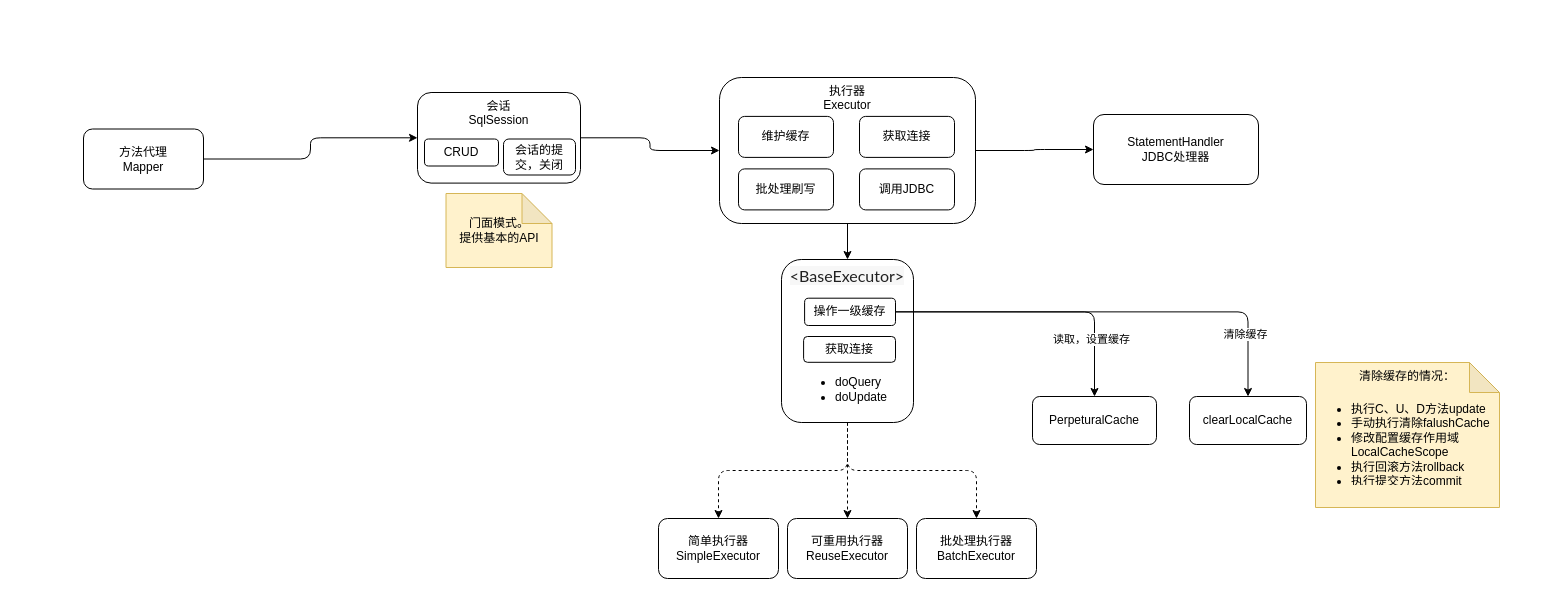
The draw.io diagram Mybatis.drawio in Kay-dev/learn, before the edit. Source tidied: cells renumbered, new cells numbered last; positions are measured from the earlier drawing's top-left corner, leaving out a move shared by most shapes. Both pictures are drawn from the tidied source at 100%, with x=0, y=0 at pixel (83, 77).
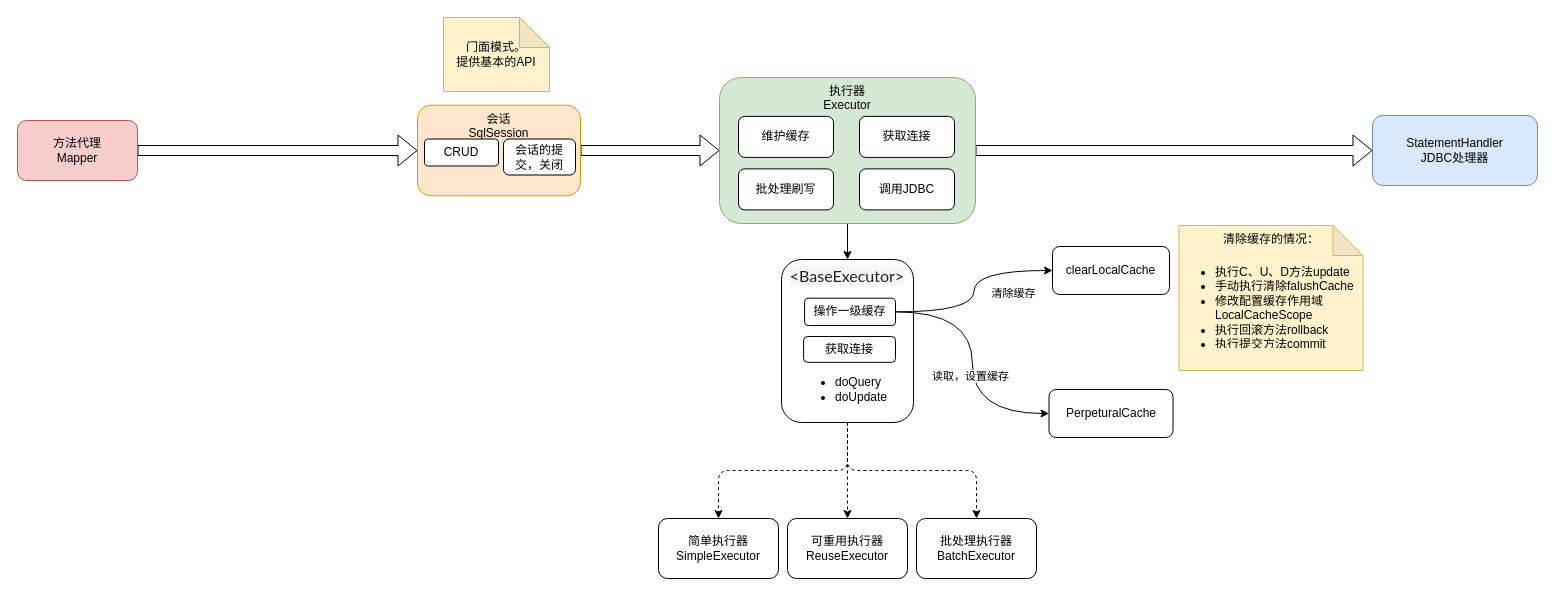
The same diagram, later.

The change refers to these unchanged cells:
```xml
<mxCell id="23" value="操作一级缓存" style="rounded=1;whiteSpace=wrap;html=1;" parent="21" vertex="1">
  <mxGeometry x="23.1" y="38.7" width="90.9" height="27.3" as="geometry" />
</mxCell>
```

The edit, as a diff of the source:
```diff
@@
-    <mxCell id="2" style="group;" parent="1" vertex="1">
-      <mxGeometry x="636" width="256" height="146" as="geometry" />
-    </mxCell>
-    <mxCell id="3" value="执行器&lt;br&gt;Executor" style="rounded=1;whiteSpace=wrap;html=1;verticalAlign=top;" parent="2" vertex="1">
-      <mxGeometry width="256" height="146" as="geometry" />
-    </mxCell>
-    <mxCell id="4" value="维护缓存" style="rounded=1;whiteSpace=wrap;html=1;" parent="2" vertex="1">
-      <mxGeometry x="19" y="38.9" width="95" height="41" as="geometry" />
-    </mxCell>
-    <mxCell id="5" value="获取连接" style="rounded=1;whiteSpace=wrap;html=1;" parent="2" vertex="1">
-      <mxGeometry x="140" y="38.9" width="95" height="41" as="geometry" />
-    </mxCell>
-    <mxCell id="6" value="批处理刷写" style="rounded=1;whiteSpace=wrap;html=1;" parent="2" vertex="1">
-      <mxGeometry x="19" y="91.4" width="95" height="41" as="geometry" />
-    </mxCell>
-    <mxCell id="7" value="调用JDBC" style="rounded=1;whiteSpace=wrap;html=1;" parent="2" vertex="1">
-      <mxGeometry x="140" y="91.4" width="95" height="41" as="geometry" />
-    </mxCell>
-    <mxCell id="8" style="edgeStyle=orthogonalEdgeStyle;rounded=1;jettySize=auto;html=1;exitX=1;exitY=0.5;exitDx=0;exitDy=0;entryX=0;entryY=0.5;entryDx=0;entryDy=0;" parent="1" edge="1" source="27" target="3">
+    <mxCell id="8" style="rounded=1;jettySize=auto;html=1;exitX=1;exitY=0.5;exitDx=0;exitDy=0;entryX=0;entryY=0.5;entryDx=0;entryDy=0;shape=flexArrow;" parent="1" edge="1" source="27" target="3">
       <mxGeometry relative="1" as="geometry" />
     </mxCell>
-    <mxCell id="9" style="edgeStyle=orthogonalEdgeStyle;rounded=1;jettySize=auto;html=1;exitX=1;exitY=0.5;exitDx=0;exitDy=0;entryX=0;entryY=0.5;entryDx=0;entryDy=0;" parent="1" edge="1" source="10" target="27">
+    <mxCell id="9" style="rounded=1;jettySize=auto;html=1;exitX=1;exitY=0.5;exitDx=0;exitDy=0;entryX=0;entryY=0.5;entryDx=0;entryDy=0;shape=flexArrow;" parent="1" edge="1" source="10" target="27">
       <mxGeometry relative="1" as="geometry" />
     </mxCell>
-    <mxCell id="10" value="方法代理&lt;br&gt;Mapper" style="rounded=1;whiteSpace=wrap;html=1;" parent="1" vertex="1">
-      <mxGeometry y="51.5" width="120" height="60" as="geometry" />
+    <mxCell id="10" value="方法代理&lt;br&gt;Mapper" style="rounded=1;whiteSpace=wrap;html=1;fillColor=#f8cecc;strokeColor=#b85450;" parent="1" vertex="1">
+      <mxGeometry x="-66" y="43" width="120" height="60" as="geometry" />
     </mxCell>
@@
-    <mxCell id="17" value="StatementHandler&lt;br&gt;JDBC处理器" style="rounded=1;whiteSpace=wrap;html=1;verticalAlign=middle;" parent="1" vertex="1">
-      <mxGeometry x="1010" y="37" width="165" height="70" as="geometry" />
+    <mxCell id="17" value="StatementHandler&lt;br&gt;JDBC处理器" style="rounded=1;whiteSpace=wrap;html=1;verticalAlign=middle;fillColor=#dae8fc;strokeColor=#6c8ebf;" parent="1" vertex="1">
+      <mxGeometry x="1289" y="38" width="165" height="70" as="geometry" />
     </mxCell>
-    <mxCell id="18" style="edgeStyle=orthogonalEdgeStyle;rounded=1;jettySize=auto;html=1;" parent="1" edge="1" source="3" target="17">
+    <mxCell id="18" style="edgeStyle=orthogonalEdgeStyle;rounded=1;jettySize=auto;html=1;shape=flexArrow;" parent="1" edge="1" source="3" target="17">
       <mxGeometry relative="1" as="geometry" />
     </mxCell>
@@
     <mxCell id="20" value="门面模式。&lt;br&gt;提供基本的API" style="shape=note;whiteSpace=wrap;html=1;backgroundOutline=1;darkOpacity=0.05;fillColor=#fff2cc;strokeColor=#d6b656;" parent="1" vertex="1">
-      <mxGeometry x="362.5" y="116" width="106" height="74" as="geometry" />
+      <mxGeometry x="360" y="-60" width="106" height="74" as="geometry" />
     </mxCell>
@@
-    <mxCell id="26" style="group;" parent="1" vertex="1">
-      <mxGeometry x="334" y="15" width="163" height="90.6" as="geometry" />
-    </mxCell>
-    <mxCell id="27" value="会话&lt;br&gt;SqlSession" style="rounded=1;whiteSpace=wrap;html=1;verticalAlign=top;" parent="26" vertex="1">
-      <mxGeometry width="163" height="90.6" as="geometry" />
-    </mxCell>
-    <mxCell id="28" value="CRUD" style="rounded=1;whiteSpace=wrap;html=1;" parent="26" vertex="1">
-      <mxGeometry x="7" y="46.5" width="74" height="27" as="geometry" />
-    </mxCell>
-    <mxCell id="29" value="会话的提交，关闭" style="rounded=1;whiteSpace=wrap;html=1;" parent="26" vertex="1">
-      <mxGeometry x="86" y="46.5" width="72" height="36" as="geometry" />
-    </mxCell>
-    <mxCell id="30" style="edgeStyle=orthogonalEdgeStyle;rounded=1;jettySize=auto;html=1;exitX=1;exitY=0.5;exitDx=0;exitDy=0;" parent="1" edge="1" source="23" target="32">
+    <mxCell id="30" style="edgeStyle=orthogonalEdgeStyle;rounded=1;jettySize=auto;html=1;exitX=1;exitY=0.5;exitDx=0;exitDy=0;curved=1;entryX=0;entryY=0.5;entryDx=0;entryDy=0;" parent="1" edge="1" source="23" target="32">
       <mxGeometry relative="1" as="geometry" />
     </mxCell>
     <mxCell id="31" value="读取，设置缓存" style="edgeLabel;html=1;align=center;verticalAlign=middle;" parent="30" vertex="1">
-      <mxGeometry x="0.38" y="-27" relative="1" as="geometry" />
+      <mxGeometry x="0.38" y="-27" relative="1" as="geometry">
+        <mxPoint x="24.2" y="-35.2" as="offset" />
+      </mxGeometry>
     </mxCell>
     <mxCell id="32" value="PerpeturalCache" style="rounded=1;whiteSpace=wrap;html=1;" parent="1" vertex="1">
-      <mxGeometry x="949" y="319" width="124" height="48" as="geometry" />
+      <mxGeometry x="965.5" y="312" width="124" height="48" as="geometry" />
     </mxCell>
-    <mxCell id="33" style="edgeStyle=orthogonalEdgeStyle;rounded=1;jettySize=auto;html=1;exitX=1;exitY=0.5;exitDx=0;exitDy=0;" parent="1" edge="1" source="23" target="35">
+    <mxCell id="33" style="edgeStyle=orthogonalEdgeStyle;rounded=1;jettySize=auto;html=1;exitX=1;exitY=0.5;exitDx=0;exitDy=0;curved=1;entryX=0;entryY=0.5;entryDx=0;entryDy=0;" parent="1" edge="1" source="23" target="35">
       <mxGeometry relative="1" as="geometry" />
     </mxCell>
@@
     <mxCell id="35" value="clearLocalCache" style="rounded=1;whiteSpace=wrap;html=1;" parent="1" vertex="1">
-      <mxGeometry x="1106" y="319" width="117" height="48" as="geometry" />
+      <mxGeometry x="969" y="169" width="117" height="48" as="geometry" />
     </mxCell>
     <mxCell id="36" style="group;" parent="1" vertex="1">
-      <mxGeometry x="1226" y="285" width="190" height="145" as="geometry" />
+      <mxGeometry x="1089.5" y="148" width="190" height="145" as="geometry" />
     </mxCell>
@@
+    <mxCell id="27" value="会话&lt;br&gt;SqlSession" style="rounded=1;whiteSpace=wrap;html=1;verticalAlign=top;fillColor=#ffe6cc;strokeColor=#d79b00;" parent="1" vertex="1">
+      <mxGeometry x="334" y="27.7" width="163" height="90.6" as="geometry" />
+    </mxCell>
+    <mxCell id="28" value="CRUD" style="rounded=1;whiteSpace=wrap;html=1;" parent="1" vertex="1">
+      <mxGeometry x="341" y="61.5" width="74" height="27" as="geometry" />
+    </mxCell>
+    <mxCell id="29" value="会话的提交，关闭" style="rounded=1;whiteSpace=wrap;html=1;" parent="1" vertex="1">
+      <mxGeometry x="420" y="61.5" width="72" height="36" as="geometry" />
+    </mxCell>
+    <mxCell id="3" value="执行器&lt;br&gt;Executor" style="rounded=1;whiteSpace=wrap;html=1;verticalAlign=top;fillColor=#d5e8d4;strokeColor=#82b366;" parent="1" vertex="1">
+      <mxGeometry x="636" width="256" height="146" as="geometry" />
+    </mxCell>
+    <mxCell id="4" value="维护缓存" style="rounded=1;whiteSpace=wrap;html=1;" parent="1" vertex="1">
+      <mxGeometry x="655" y="38.9" width="95" height="41" as="geometry" />
+    </mxCell>
+    <mxCell id="5" value="获取连接" style="rounded=1;whiteSpace=wrap;html=1;" parent="1" vertex="1">
+      <mxGeometry x="776" y="38.9" width="95" height="41" as="geometry" />
+    </mxCell>
+    <mxCell id="6" value="批处理刷写" style="rounded=1;whiteSpace=wrap;html=1;" parent="1" vertex="1">
+      <mxGeometry x="655" y="91.4" width="95" height="41" as="geometry" />
+    </mxCell>
+    <mxCell id="7" value="调用JDBC" style="rounded=1;whiteSpace=wrap;html=1;" parent="1" vertex="1">
+      <mxGeometry x="776" y="91.4" width="95" height="41" as="geometry" />
+    </mxCell>
```
